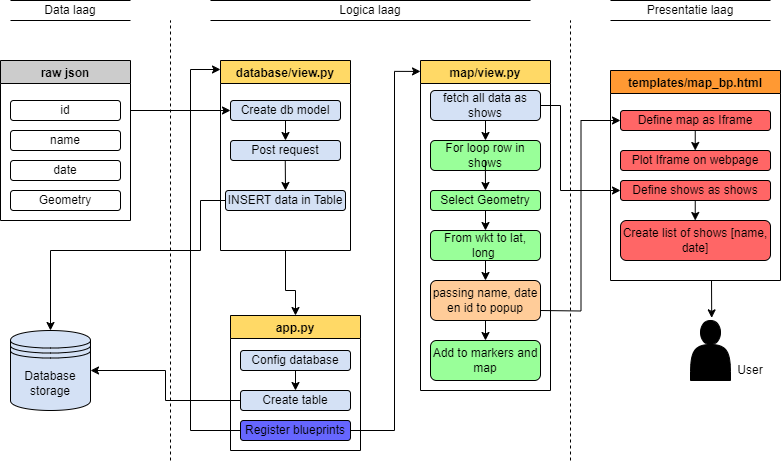
Before: chemapp-main/Dataflowdiagram.drawio.png, a diagram exported from draw.io (GISjoerd/chemapp). Source tidied: cells renumbered, new cells last; positions are measured from the earlier drawing's top-left corner, leaving out a move shared by most shapes. Its diagram source:
```xml
<mxGraphModel>
  <root>
    <mxCell id="0" />
    <mxCell id="1" parent="0" />
    <mxCell id="2" value="Database&lt;br&gt;storage" style="shape=datastore;whiteSpace=wrap;html=1;fillColor=#D4E1F5;" parent="1" vertex="1">
      <mxGeometry x="10" y="330" width="80" height="80" as="geometry" />
    </mxCell>
    <mxCell id="3" style="shape=actor;whiteSpace=wrap;html=1;fillColor=#000000;strokeColor=#000000;" parent="1" vertex="1">
      <mxGeometry x="690" y="320" width="40" height="60" as="geometry" />
    </mxCell>
    <mxCell id="4" style="endArrow=none;dashed=1;html=1;rounded=0;" parent="1" edge="1">
      <mxGeometry relative="1" as="geometry">
        <mxPoint x="170" y="460" as="sourcePoint" />
        <mxPoint x="170" y="20" as="targetPoint" />
      </mxGeometry>
    </mxCell>
    <mxCell id="5" style="endArrow=none;dashed=1;html=1;rounded=0;" parent="1" edge="1">
      <mxGeometry relative="1" as="geometry">
        <mxPoint x="570" y="460" as="sourcePoint" />
        <mxPoint x="570" y="20" as="targetPoint" />
      </mxGeometry>
    </mxCell>
    <mxCell id="6" style="endArrow=classic;html=1;rounded=0;exitX=1;exitY=0.5;exitDx=0;exitDy=0;entryX=0;entryY=0.5;entryDx=0;entryDy=0;" parent="1" edge="1" target="8">
      <mxGeometry relative="1" as="geometry">
        <mxPoint x="130" y="110" as="sourcePoint" />
      </mxGeometry>
    </mxCell>
    <mxCell id="7" value="database/view.py" style="swimlane;fillColor=#FFD966;" parent="1" vertex="1">
      <mxGeometry x="220" y="60" width="130" height="190" as="geometry" />
    </mxCell>
    <mxCell id="8" value="Create db model" style="rounded=1;whiteSpace=wrap;html=1;fillColor=#D4E1F5;" parent="7" vertex="1">
      <mxGeometry x="10" y="40" width="110" height="20" as="geometry" />
    </mxCell>
    <mxCell id="9" value="INSERT data in Table" style="rounded=1;whiteSpace=wrap;html=1;fillColor=#D4E1F5;" parent="7" vertex="1">
      <mxGeometry x="5" y="130" width="120" height="20" as="geometry" />
    </mxCell>
    <mxCell id="10" value="Post request" style="rounded=1;whiteSpace=wrap;html=1;fillColor=#D4E1F5;" parent="7" vertex="1">
      <mxGeometry x="10" y="80" width="110" height="20" as="geometry" />
    </mxCell>
    <mxCell id="11" style="endArrow=classic;html=1;rounded=0;entryX=0.5;entryY=0;entryDx=0;entryDy=0;exitX=0.5;exitY=1;exitDx=0;exitDy=0;" parent="7" edge="1" target="9">
      <mxGeometry relative="1" as="geometry">
        <mxPoint x="64.8" y="100" as="sourcePoint" />
      </mxGeometry>
    </mxCell>
    <mxCell id="12" style="endArrow=classic;html=1;rounded=0;exitX=0.5;exitY=1;exitDx=0;exitDy=0;entryX=0.5;entryY=0;entryDx=0;entryDy=0;" parent="7" edge="1" source="8" target="10">
      <mxGeometry relative="1" as="geometry" />
    </mxCell>
    <mxCell id="13" value="map/view.py" style="swimlane;fillColor=#FFD966;" parent="1" vertex="1">
      <mxGeometry x="420" y="60" width="130" height="330" as="geometry" />
    </mxCell>
    <mxCell id="14" value="fetch all data as shows" style="rounded=1;whiteSpace=wrap;html=1;fillColor=#D4E1F5;" parent="13" vertex="1">
      <mxGeometry x="10" y="30" width="110" height="30" as="geometry" />
    </mxCell>
    <mxCell id="15" value="For loop row in shows" style="rounded=1;whiteSpace=wrap;html=1;fillColor=#99FF99;" parent="13" vertex="1">
      <mxGeometry x="10" y="80" width="110" height="30" as="geometry" />
    </mxCell>
    <mxCell id="16" value="Select Geometry" style="rounded=1;whiteSpace=wrap;html=1;fillColor=#99FF99;" parent="13" vertex="1">
      <mxGeometry x="10" y="130" width="110" height="20" as="geometry" />
    </mxCell>
    <mxCell id="17" value="From wkt to lat, long&amp;nbsp;" style="rounded=1;whiteSpace=wrap;html=1;fillColor=#99FF99;" parent="13" vertex="1">
      <mxGeometry x="10" y="170" width="110" height="30" as="geometry" />
    </mxCell>
    <mxCell id="18" value="passing name, date en id to popup" style="rounded=1;whiteSpace=wrap;html=1;fillColor=#FFCC99;" parent="13" vertex="1">
      <mxGeometry x="10" y="220" width="110" height="40" as="geometry" />
    </mxCell>
    <mxCell id="19" value="Add to markers and map" style="rounded=1;whiteSpace=wrap;html=1;fillColor=#99FF99;" parent="13" vertex="1">
      <mxGeometry x="10" y="280" width="110" height="40" as="geometry" />
    </mxCell>
    <mxCell id="20" style="endArrow=classic;html=1;rounded=0;entryX=0.5;entryY=0;entryDx=0;entryDy=0;exitX=0.5;exitY=1;exitDx=0;exitDy=0;" parent="13" edge="1" target="16">
      <mxGeometry relative="1" as="geometry">
        <mxPoint x="64.9" y="100" as="sourcePoint" />
      </mxGeometry>
    </mxCell>
    <mxCell id="21" style="endArrow=classic;html=1;rounded=0;entryX=0.5;entryY=0;entryDx=0;entryDy=0;exitX=0.5;exitY=1;exitDx=0;exitDy=0;" parent="13" edge="1" source="14" target="15">
      <mxGeometry relative="1" as="geometry" />
    </mxCell>
    <mxCell id="22" style="endArrow=classic;html=1;rounded=0;entryX=0.5;entryY=0;entryDx=0;entryDy=0;exitX=0.5;exitY=1;exitDx=0;exitDy=0;" parent="13" edge="1" source="16" target="17">
      <mxGeometry relative="1" as="geometry" />
    </mxCell>
    <mxCell id="23" style="endArrow=classic;html=1;rounded=0;entryX=0.5;entryY=0;entryDx=0;entryDy=0;exitX=0.5;exitY=1;exitDx=0;exitDy=0;" parent="13" edge="1" source="17" target="18">
      <mxGeometry relative="1" as="geometry" />
    </mxCell>
    <mxCell id="24" style="endArrow=classic;html=1;rounded=0;entryX=0.5;entryY=0;entryDx=0;entryDy=0;exitX=0.5;exitY=1;exitDx=0;exitDy=0;" parent="13" edge="1" source="18" target="19">
      <mxGeometry relative="1" as="geometry" />
    </mxCell>
    <mxCell id="25" value="templates/map_bp.html" style="swimlane;fillColor=#FF9933;" parent="1" vertex="1">
      <mxGeometry x="610" y="70" width="170" height="210" as="geometry" />
    </mxCell>
    <mxCell id="26" value="Define map as Iframe" style="rounded=1;whiteSpace=wrap;html=1;fillColor=#FF6666;" parent="25" vertex="1">
      <mxGeometry x="10" y="40" width="150" height="20" as="geometry" />
    </mxCell>
    <mxCell id="27" value="Define shows as shows" style="rounded=1;whiteSpace=wrap;html=1;fillColor=#FF6666;" parent="25" vertex="1">
      <mxGeometry x="10" y="110" width="150" height="20" as="geometry" />
    </mxCell>
    <mxCell id="28" value="Create list of shows [name, date]" style="rounded=1;whiteSpace=wrap;html=1;fillColor=#FF6666;" parent="25" vertex="1">
      <mxGeometry x="10" y="150" width="150" height="40" as="geometry" />
    </mxCell>
    <mxCell id="29" style="endArrow=classic;html=1;rounded=0;entryX=0.5;entryY=0;entryDx=0;entryDy=0;exitX=0.5;exitY=1;exitDx=0;exitDy=0;" parent="25" edge="1">
      <mxGeometry relative="1" as="geometry">
        <mxPoint x="84.7" y="130" as="sourcePoint" />
        <mxPoint x="84.7" y="150" as="targetPoint" />
      </mxGeometry>
    </mxCell>
    <mxCell id="30" value="Plot Iframe on webpage" style="rounded=1;whiteSpace=wrap;html=1;fillColor=#FF6666;" parent="25" vertex="1">
      <mxGeometry x="10" y="80" width="150" height="20" as="geometry" />
    </mxCell>
    <mxCell id="31" style="endArrow=classic;html=1;rounded=0;entryX=0.5;entryY=0;entryDx=0;entryDy=0;exitX=0.5;exitY=1;exitDx=0;exitDy=0;" parent="25" edge="1">
      <mxGeometry relative="1" as="geometry">
        <mxPoint x="84.7" y="60" as="sourcePoint" />
        <mxPoint x="84.7" y="80" as="targetPoint" />
      </mxGeometry>
    </mxCell>
    <mxCell id="32" value="raw json" style="swimlane;fillColor=#CCCCCC;" parent="1" vertex="1">
      <mxGeometry y="60" width="130" height="160" as="geometry" />
    </mxCell>
    <mxCell id="33" value="id" style="rounded=1;whiteSpace=wrap;html=1;" parent="32" vertex="1">
      <mxGeometry x="10" y="40" width="110" height="20" as="geometry" />
    </mxCell>
    <mxCell id="34" value="name" style="rounded=1;whiteSpace=wrap;html=1;" parent="32" vertex="1">
      <mxGeometry x="10" y="70" width="110" height="20" as="geometry" />
    </mxCell>
    <mxCell id="35" value="date" style="rounded=1;whiteSpace=wrap;html=1;" parent="32" vertex="1">
      <mxGeometry x="10" y="100" width="110" height="20" as="geometry" />
    </mxCell>
    <mxCell id="36" value="Geometry" style="rounded=1;whiteSpace=wrap;html=1;" parent="32" vertex="1">
      <mxGeometry x="10" y="130" width="110" height="20" as="geometry" />
    </mxCell>
    <mxCell id="37" value="Data laag" style="shape=partialRectangle;whiteSpace=wrap;html=1;left=0;right=0;fillColor=none;" parent="1" vertex="1">
      <mxGeometry x="10" width="120" height="20" as="geometry" />
    </mxCell>
    <mxCell id="38" value="Logica laag" style="shape=partialRectangle;whiteSpace=wrap;html=1;left=0;right=0;fillColor=none;" parent="1" vertex="1">
      <mxGeometry x="210" width="320" height="20" as="geometry" />
    </mxCell>
    <mxCell id="39" value="Presentatie laag" style="shape=partialRectangle;whiteSpace=wrap;html=1;left=0;right=0;fillColor=none;" parent="1" vertex="1">
      <mxGeometry x="610" width="160" height="20" as="geometry" />
    </mxCell>
    <mxCell id="40" value="app.py" style="swimlane;fillColor=#FFD966;" parent="1" vertex="1">
      <mxGeometry x="230" y="315" width="130" height="135" as="geometry" />
    </mxCell>
    <mxCell id="41" value="Config database" style="rounded=1;whiteSpace=wrap;html=1;fillColor=#D4E1F5;" parent="40" vertex="1">
      <mxGeometry x="10" y="35" width="110" height="20" as="geometry" />
    </mxCell>
    <mxCell id="42" value="Create table" style="rounded=1;whiteSpace=wrap;html=1;fillColor=#D4E1F5;" parent="40" vertex="1">
      <mxGeometry x="10" y="75" width="110" height="20" as="geometry" />
    </mxCell>
    <mxCell id="43" value="Register blueprints" style="rounded=1;whiteSpace=wrap;html=1;fillColor=#6666FF;" parent="40" vertex="1">
      <mxGeometry x="10" y="105" width="110" height="20" as="geometry" />
    </mxCell>
    <mxCell id="44" style="endArrow=classic;html=1;rounded=0;exitX=0.5;exitY=1;exitDx=0;exitDy=0;entryX=0.5;entryY=0;entryDx=0;entryDy=0;" parent="40" edge="1" source="41" target="42">
      <mxGeometry relative="1" as="geometry" />
    </mxCell>
    <mxCell id="45" style="endArrow=classic;html=1;rounded=0;entryX=0.5;entryY=0;entryDx=0;entryDy=0;edgeStyle=orthogonalEdgeStyle;exitX=0.5;exitY=1;exitDx=0;exitDy=0;" parent="1" edge="1" source="7" target="40">
      <mxGeometry relative="1" as="geometry">
        <Array as="points">
          <mxPoint x="285" y="290" />
          <mxPoint x="295" y="290" />
        </Array>
      </mxGeometry>
    </mxCell>
    <mxCell id="46" style="endArrow=classic;html=1;rounded=0;exitX=1;exitY=0.5;exitDx=0;exitDy=0;entryX=0;entryY=0.5;entryDx=0;entryDy=0;edgeStyle=orthogonalEdgeStyle;" parent="1" edge="1" target="26">
      <mxGeometry relative="1" as="geometry">
        <mxPoint x="540" y="310" as="sourcePoint" />
      </mxGeometry>
    </mxCell>
    <mxCell id="47" style="endArrow=classic;html=1;rounded=0;exitX=0;exitY=0.5;exitDx=0;exitDy=0;entryX=1;entryY=0.5;entryDx=0;entryDy=0;edgeStyle=orthogonalEdgeStyle;" parent="1" edge="1" source="42" target="2">
      <mxGeometry relative="1" as="geometry" />
    </mxCell>
    <mxCell id="48" style="endArrow=classic;html=1;rounded=0;exitX=0;exitY=0.5;exitDx=0;exitDy=0;edgeStyle=orthogonalEdgeStyle;" parent="1" edge="1" source="43">
      <mxGeometry relative="1" as="geometry">
        <mxPoint x="220" y="69" as="targetPoint" />
        <Array as="points">
          <mxPoint x="190" y="430" />
          <mxPoint x="190" y="69" />
        </Array>
      </mxGeometry>
    </mxCell>
    <mxCell id="49" style="endArrow=classic;html=1;rounded=0;exitX=1;exitY=0.5;exitDx=0;exitDy=0;entryX=-0.03;entryY=0.039;entryDx=0;entryDy=0;entryPerimeter=0;edgeStyle=orthogonalEdgeStyle;" parent="1" edge="1" source="43">
      <mxGeometry relative="1" as="geometry">
        <mxPoint x="420" y="70.9" as="targetPoint" />
        <Array as="points">
          <mxPoint x="394" y="430" />
          <mxPoint x="394" y="71" />
        </Array>
      </mxGeometry>
    </mxCell>
    <mxCell id="50" style="endArrow=classic;html=1;rounded=0;exitX=0;exitY=0.5;exitDx=0;exitDy=0;entryX=0.5;entryY=0;entryDx=0;entryDy=0;edgeStyle=orthogonalEdgeStyle;" parent="1" edge="1" source="9" target="2">
      <mxGeometry relative="1" as="geometry">
        <Array as="points">
          <mxPoint x="200" y="200" />
          <mxPoint x="200" y="250" />
          <mxPoint x="50" y="250" />
        </Array>
      </mxGeometry>
    </mxCell>
    <mxCell id="51" style="endArrow=classic;html=1;rounded=0;entryX=0.53;entryY=-0.044;entryDx=0;entryDy=0;entryPerimeter=0;" parent="1" edge="1" target="3">
      <mxGeometry relative="1" as="geometry">
        <mxPoint x="711" y="280" as="sourcePoint" />
      </mxGeometry>
    </mxCell>
    <mxCell id="52" value="User" style="text;html=1;strokeColor=none;fillColor=none;align=center;verticalAlign=middle;whiteSpace=wrap;rounded=0;" parent="1" vertex="1">
      <mxGeometry x="720" y="355" width="60" height="30" as="geometry" />
    </mxCell>
    <mxCell id="53" style="endArrow=classic;html=1;rounded=0;entryX=0;entryY=0.5;entryDx=0;entryDy=0;exitX=1;exitY=0.5;exitDx=0;exitDy=0;edgeStyle=orthogonalEdgeStyle;" parent="1" edge="1" source="14" target="27">
      <mxGeometry relative="1" as="geometry">
        <Array as="points">
          <mxPoint x="560" y="105" />
          <mxPoint x="560" y="190" />
        </Array>
      </mxGeometry>
    </mxCell>
  </root>
</mxGraphModel>
```
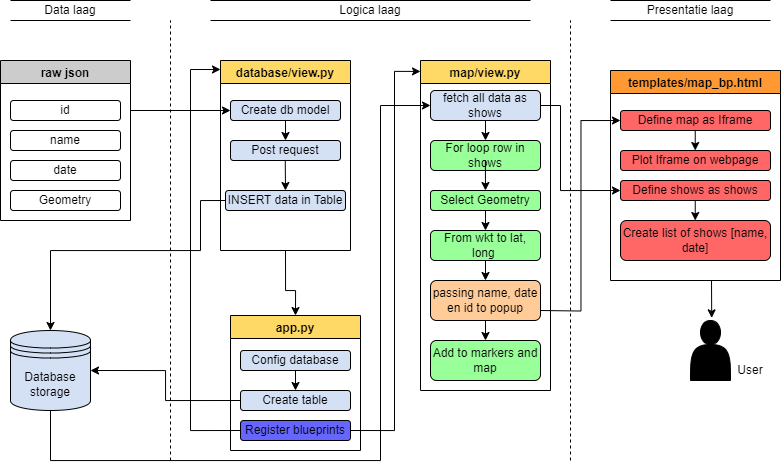
Later version of the same file.

Change to the diagram source:
```diff
@@ -208,5 +208,14 @@
         </Array>
       </mxGeometry>
     </mxCell>
+    <mxCell id="54" style="endArrow=classic;html=1;rounded=0;entryX=0;entryY=0.5;entryDx=0;entryDy=0;exitX=0.5;exitY=1;exitDx=0;exitDy=0;edgeStyle=orthogonalEdgeStyle;" parent="1" edge="1" source="2" target="14">
+      <mxGeometry relative="1" as="geometry">
+        <Array as="points">
+          <mxPoint x="50" y="460" />
+          <mxPoint x="380" y="460" />
+          <mxPoint x="380" y="105" />
+        </Array>
+      </mxGeometry>
+    </mxCell>
   </root>
 </mxGraphModel>
```
